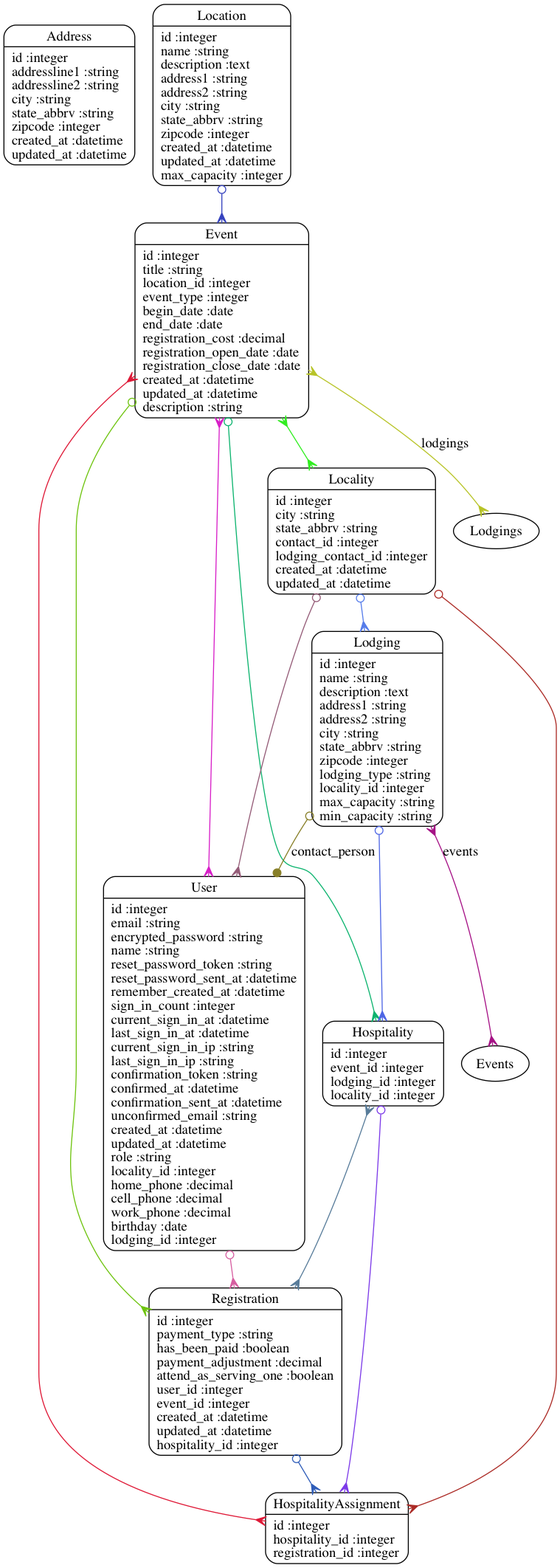
Before: models.png, a diagram exported from Graphviz (hdfelix/ypreg). Its source is kept beside it as models.dot.
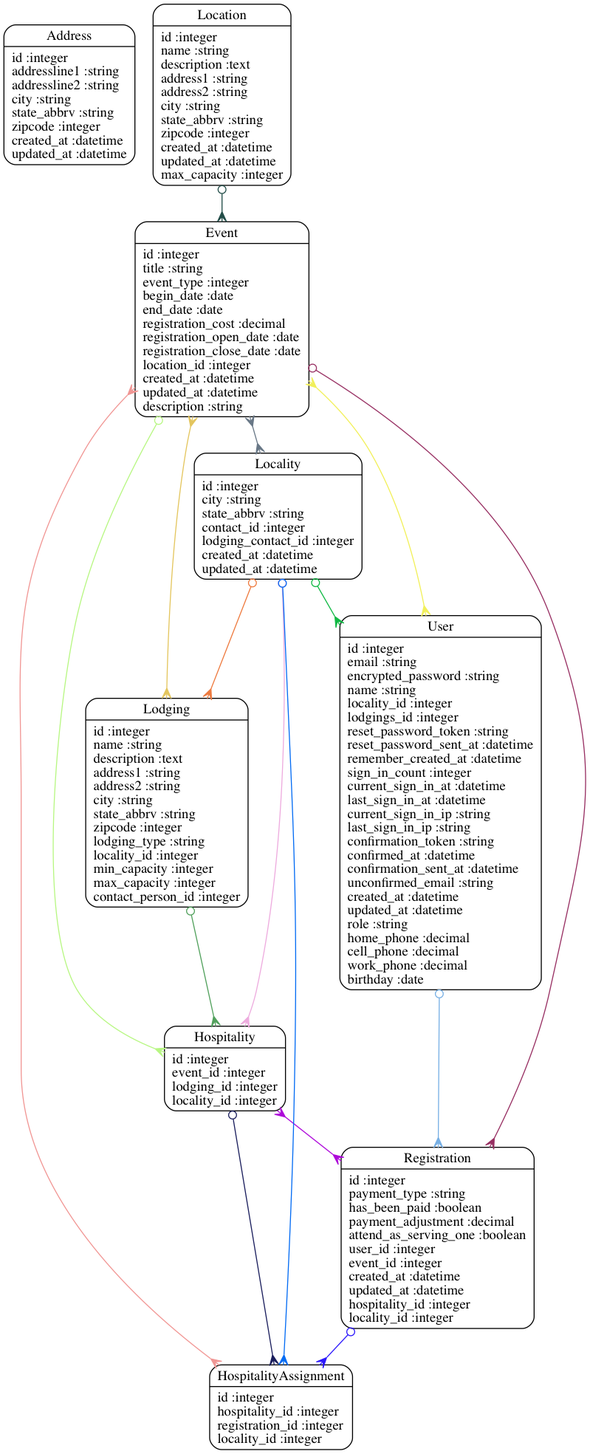
Later version of the same file.

Commit message:
Update Models graph

What changed in the source:
```diff
@@ -1,29 +1,28 @@
 digraph models_diagram {
 	graph[overlap=false, splines=true]
 	"Address" [shape=Mrecord, label="{Address|id :integer\laddressline1 :string\laddressline2 :string\lcity :string\lstate_abbrv :string\lzipcode :integer\lcreated_at :datetime\lupdated_at :datetime\l}"]
-	"Event" [shape=Mrecord, label="{Event|id :integer\ltitle :string\llocation_id :integer\levent_type :integer\lbegin_date :date\lend_date :date\lregistration_cost :decimal\lregistration_open_date :date\lregistration_close_date :date\lcreated_at :datetime\lupdated_at :datetime\ldescription :string\l}"]
+	"Event" [shape=Mrecord, label="{Event|id :integer\ltitle :string\levent_type :integer\lbegin_date :date\lend_date :date\lregistration_cost :decimal\lregistration_open_date :date\lregistration_close_date :date\llocation_id :integer\lcreated_at :datetime\lupdated_at :datetime\ldescription :string\l}"]
 	"Hospitality" [shape=Mrecord, label="{Hospitality|id :integer\levent_id :integer\llodging_id :integer\llocality_id :integer\l}"]
-	"HospitalityAssignment" [shape=Mrecord, label="{HospitalityAssignment|id :integer\lhospitality_id :integer\lregistration_id :integer\l}"]
+	"HospitalityAssignment" [shape=Mrecord, label="{HospitalityAssignment|id :integer\lhospitality_id :integer\lregistration_id :integer\llocality_id :integer\l}"]
 	"Locality" [shape=Mrecord, label="{Locality|id :integer\lcity :string\lstate_abbrv :string\lcontact_id :integer\llodging_contact_id :integer\lcreated_at :datetime\lupdated_at :datetime\l}"]
 	"Location" [shape=Mrecord, label="{Location|id :integer\lname :string\ldescription :text\laddress1 :string\laddress2 :string\lcity :string\lstate_abbrv :string\lzipcode :integer\lcreated_at :datetime\lupdated_at :datetime\lmax_capacity :integer\l}"]
-	"Lodging" [shape=Mrecord, label="{Lodging|id :integer\lname :string\ldescription :text\laddress1 :string\laddress2 :string\lcity :string\lstate_abbrv :string\lzipcode :integer\llodging_type :string\llocality_id :integer\lmax_capacity :string\lmin_capacity :string\l}"]
-	"Registration" [shape=Mrecord, label="{Registration|id :integer\lpayment_type :string\lhas_been_paid :boolean\lpayment_adjustment :decimal\lattend_as_serving_one :boolean\luser_id :integer\levent_id :integer\lcreated_at :datetime\lupdated_at :datetime\lhospitality_id :integer\l}"]
-	"User" [shape=Mrecord, label="{User|id :integer\lemail :string\lencrypted_password :string\lname :string\lreset_password_token :string\lreset_password_sent_at :datetime\lremember_created_at :datetime\lsign_in_count :integer\lcurrent_sign_in_at :datetime\llast_sign_in_at :datetime\lcurrent_sign_in_ip :string\llast_sign_in_ip :string\lconfirmation_token :string\lconfirmed_at :datetime\lconfirmation_sent_at :datetime\lunconfirmed_email :string\lcreated_at :datetime\lupdated_at :datetime\lrole :string\llocality_id :integer\lhome_phone :decimal\lcell_phone :decimal\lwork_phone :decimal\lbirthday :date\llodging_id :integer\l}"]
-	"Event" -> "Registration" [arrowtail=odot, arrowhead=crow, dir=both color="#6EC30F"]
-	"Event" -> "User" [arrowtail=crow, arrowhead=crow, dir=both color="#D71EC7"]
-	"Event" -> "Locality" [arrowtail=crow, arrowhead=crow, dir=both color="#31ED21"]
-	"Event" -> "Hospitality" [arrowtail=odot, arrowhead=crow, dir=both color="#0CB36E"]
-	"Event" -> "Lodgings" [label="lodgings", arrowtail=crow, arrowhead=crow, dir=both color="#B7C327"]
-	"Event" -> "HospitalityAssignment" [arrowtail=crow, arrowhead=crow, dir=both color="#DE1836"]
-	"Hospitality" -> "HospitalityAssignment" [arrowtail=odot, arrowhead=crow, dir=both color="#7C3AE8"]
-	"Hospitality" -> "Registration" [arrowtail=crow, arrowhead=crow, dir=both color="#587C9A"]
-	"Locality" -> "User" [arrowtail=odot, arrowhead=crow, dir=both color="#945B77"]
-	"Locality" -> "HospitalityAssignment" [arrowtail=odot, arrowhead=crow, dir=both color="#AB2A25"]
-	"Locality" -> "Lodging" [arrowtail=odot, arrowhead=crow, dir=both color="#567CEA"]
-	"Location" -> "Event" [arrowtail=odot, arrowhead=crow, dir=both color="#3542BE"]
-	"Lodging" -> "Hospitality" [arrowtail=odot, arrowhead=crow, dir=both color="#4D65E4"]
-	"Lodging" -> "Events" [label="events", arrowtail=crow, arrowhead=crow, dir=both color="#A51185"]
-	"Lodging" -> "User" [label="contact_person", arrowtail=odot, arrowhead=dot, dir=both color="#887F28"]
-	"Registration" -> "HospitalityAssignment" [arrowtail=odot, arrowhead=crow, dir=both color="#2E5CB8"]
-	"User" -> "Registration" [arrowtail=odot, arrowhead=crow, dir=both color="#D65EA0"]
+	"Lodging" [shape=Mrecord, label="{Lodging|id :integer\lname :string\ldescription :text\laddress1 :string\laddress2 :string\lcity :string\lstate_abbrv :string\lzipcode :integer\llodging_type :string\llocality_id :integer\lmin_capacity :integer\lmax_capacity :integer\lcontact_person_id :integer\l}"]
+	"Registration" [shape=Mrecord, label="{Registration|id :integer\lpayment_type :string\lhas_been_paid :boolean\lpayment_adjustment :decimal\lattend_as_serving_one :boolean\luser_id :integer\levent_id :integer\lcreated_at :datetime\lupdated_at :datetime\lhospitality_id :integer\llocality_id :integer\l}"]
+	"User" [shape=Mrecord, label="{User|id :integer\lemail :string\lencrypted_password :string\lname :string\llocality_id :integer\llodgings_id :integer\lreset_password_token :string\lreset_password_sent_at :datetime\lremember_created_at :datetime\lsign_in_count :integer\lcurrent_sign_in_at :datetime\llast_sign_in_at :datetime\lcurrent_sign_in_ip :string\llast_sign_in_ip :string\lconfirmation_token :string\lconfirmed_at :datetime\lconfirmation_sent_at :datetime\lunconfirmed_email :string\lcreated_at :datetime\lupdated_at :datetime\lrole :string\lhome_phone :decimal\lcell_phone :decimal\lwork_phone :decimal\lbirthday :date\l}"]
+	"Event" -> "Registration" [arrowtail=odot, arrowhead=crow, dir=both color="#972F62"]
+	"Event" -> "User" [arrowtail=crow, arrowhead=crow, dir=both color="#F1EF5A"]
+	"Event" -> "Locality" [arrowtail=crow, arrowhead=crow, dir=both color="#687786"]
+	"Event" -> "Hospitality" [arrowtail=odot, arrowhead=crow, dir=both color="#B7F682"]
+	"Event" -> "Lodging" [arrowtail=crow, arrowhead=crow, dir=both color="#E3C55E"]
+	"Event" -> "HospitalityAssignment" [arrowtail=crow, arrowhead=crow, dir=both color="#F09694"]
+	"Hospitality" -> "HospitalityAssignment" [arrowtail=odot, arrowhead=crow, dir=both color="#191D5C"]
+	"Hospitality" -> "Registration" [arrowtail=crow, arrowhead=crow, dir=both color="#AD08D9"]
+	"Locality" -> "User" [arrowtail=odot, arrowhead=crow, dir=both color="#10B844"]
+	"Locality" -> "HospitalityAssignment" [arrowtail=odot, arrowhead=crow, dir=both color="#036BF3"]
+	"Locality" -> "Lodging" [arrowtail=odot, arrowhead=crow, dir=both color="#ED7A3F"]
+	"Locality" -> "Hospitality" [arrowtail=odot, arrowhead=crow, dir=both color="#EDABDE"]
+	"Location" -> "Event" [arrowtail=odot, arrowhead=crow, dir=both color="#224D48"]
+	"Lodging" -> "Hospitality" [arrowtail=odot, arrowhead=crow, dir=both color="#51A05C"]
+	"Registration" -> "HospitalityAssignment" [arrowtail=odot, arrowhead=crow, dir=both color="#2C18FB"]
+	"User" -> "Registration" [arrowtail=odot, arrowhead=crow, dir=both color="#77AFE4"]
 }
```
